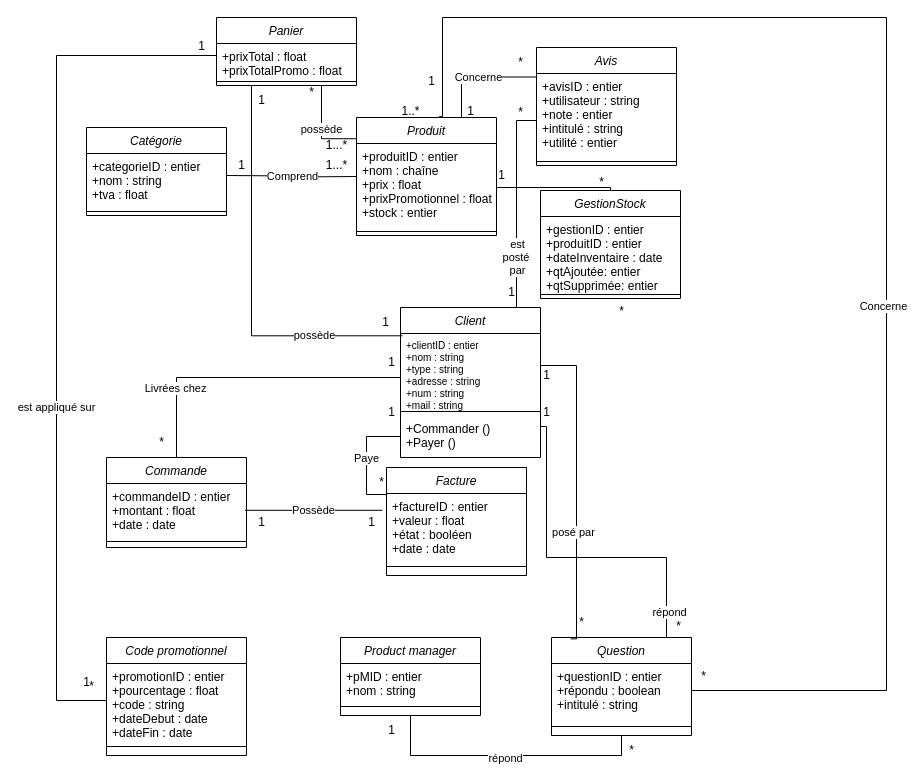
Above: Modele de classe réduit.drawio in Pi-erren/Canard_Dodu (draw.io), before the change. Source tidied: cells renumbered, new cells numbered last; positions are measured from the earlier drawing's top-left corner, leaving out a move shared by most shapes. Both pictures are drawn from the tidied source at 100%, with x=0, y=0 at pixel (56, 17).
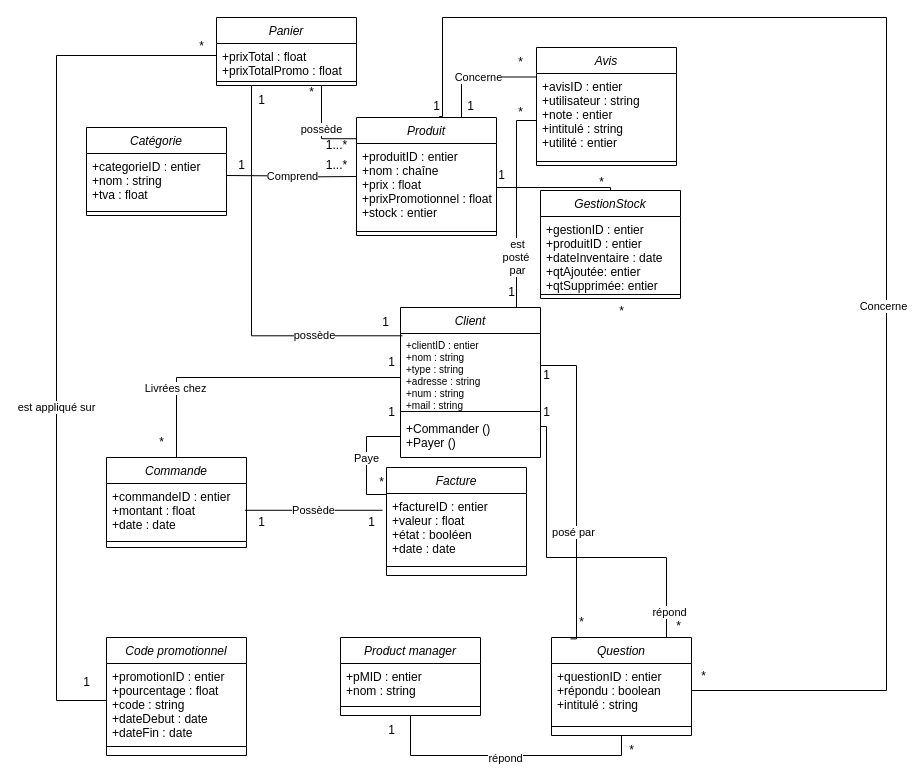
Above is the later version.

Commit message:
Mettre à jour Modele de classe réduit.drawio

Change to the diagram source:
```diff
@@
-    <mxCell id="47" value="1..*" style="text;html=1;align=center;verticalAlign=middle;strokeColor=none;fillColor=none;" parent="1" vertex="1">
-      <mxGeometry x="334" y="79" width="40" height="30" as="geometry" />
-    </mxCell>
-    <mxCell id="48" value="1" style="text;html=1;align=center;verticalAlign=middle;strokeColor=none;fillColor=none;" parent="1" vertex="1">
+    <mxCell id="48" value="*" style="text;html=1;align=center;verticalAlign=middle;strokeColor=none;fillColor=none;" parent="1" vertex="1">
       <mxGeometry x="130" y="14" width="30" height="30" as="geometry" />
     </mxCell>
     <mxCell id="49" value="1" style="text;html=1;align=center;verticalAlign=middle;strokeColor=none;fillColor=none;" parent="1" vertex="1">
-      <mxGeometry x="399" y="79" width="30" height="30" as="geometry" />
+      <mxGeometry x="399" y="74" width="30" height="30" as="geometry" />
     </mxCell>
@@
     <mxCell id="69" value="1" style="text;html=1;align=center;verticalAlign=middle;strokeColor=none;fillColor=none;" parent="1" vertex="1">
-      <mxGeometry x="360" y="49" width="30" height="30" as="geometry" />
+      <mxGeometry x="365" y="74" width="30" height="30" as="geometry" />
     </mxCell>
@@
-    <mxCell id="85" value="*" style="text;html=1;align=center;verticalAlign=middle;strokeColor=none;fillColor=none;" parent="1" vertex="1">
-      <mxGeometry x="20" y="654" width="30" height="30" as="geometry" />
-    </mxCell>
```
